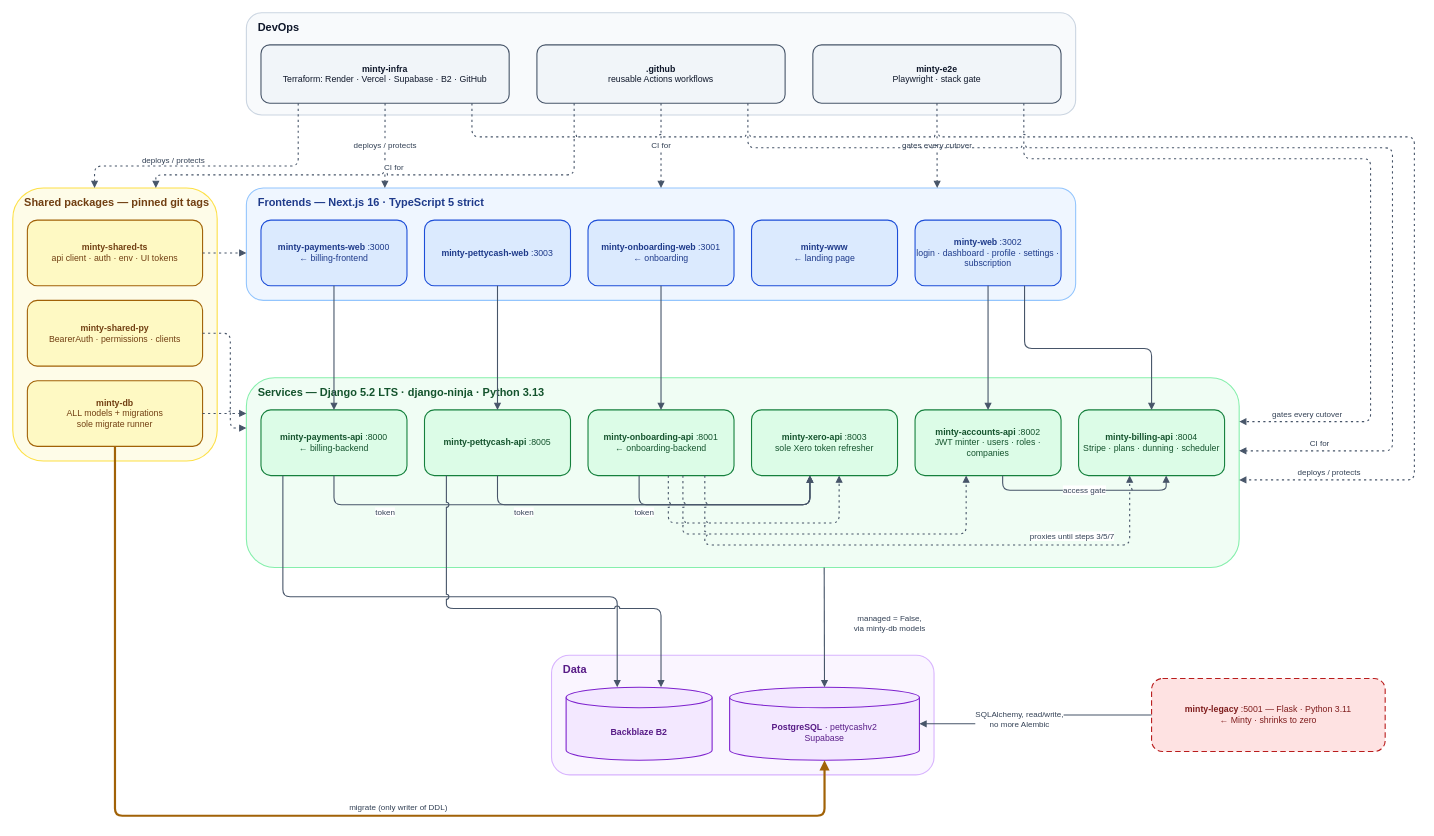
Above: docs/modernisation/architecture/minty-architecture.drawio in minty-oliveandvine/Minty (draw.io), before the change. Source tidied: cells renumbered, new cells numbered last; positions are measured from the earlier drawing's top-left corner, leaving out a move shared by most shapes. Both pictures are drawn from the tidied source at 73%, with x=0, y=0 at pixel (12, 12).
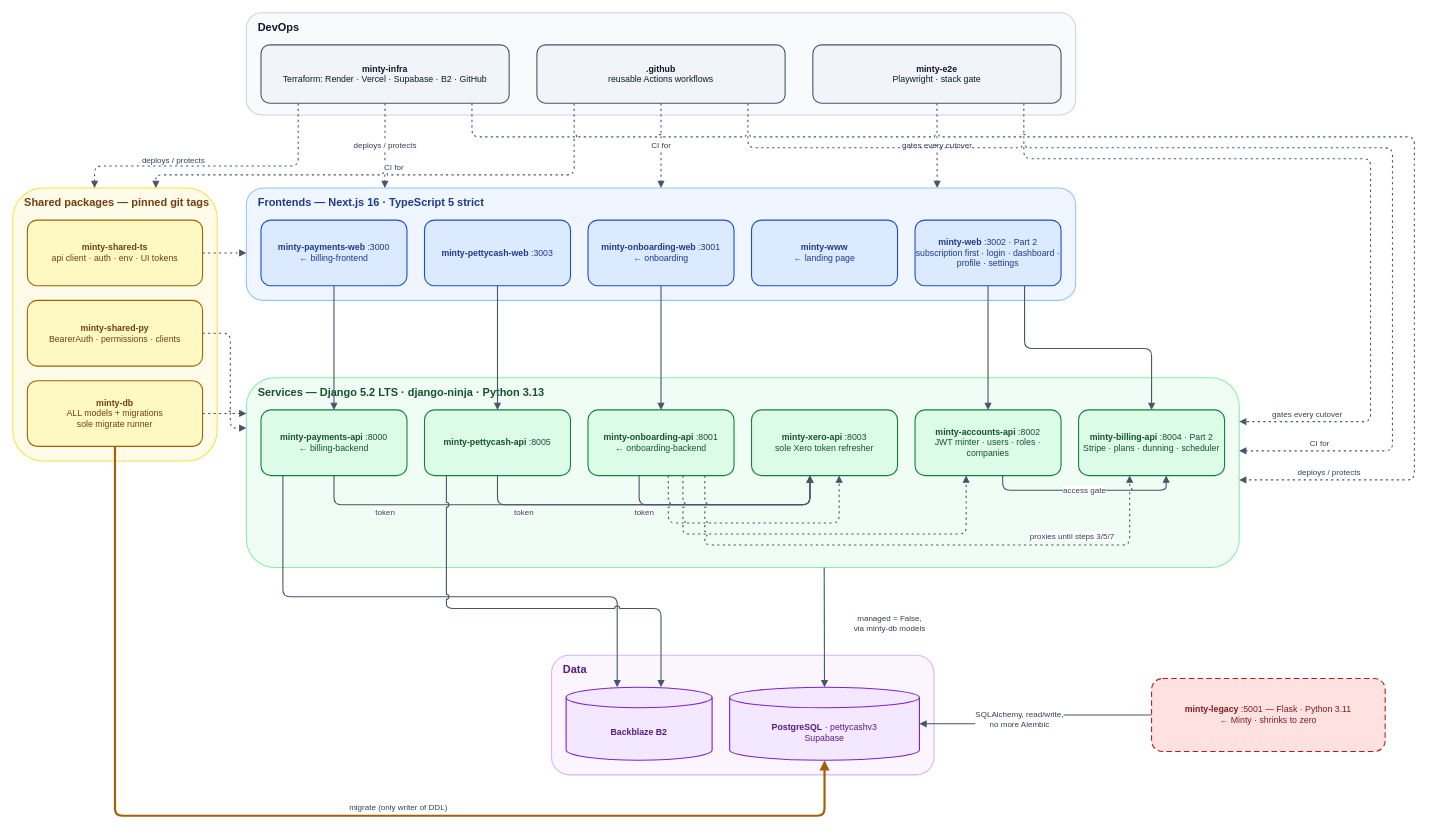
Above is the later version.

Unchanged cells that the change refers to:
```xml
<mxCell id="6" value="Frontends — Next.js 16 · TypeScript 5 strict" style="rounded=1;whiteSpace=wrap;html=1;verticalAlign=top;align=left;spacingLeft=14;spacingTop=4;fontStyle=1;fontSize=15;strokeWidth=1.5;fillColor=#eff6ff;strokeColor=#93c5fd;fontColor=#1e3a8a;" parent="1" vertex="1">
  <mxGeometry x="320" y="240" width="1136" height="154" as="geometry" />
</mxCell>
<mxCell id="12" value="Services — Django 5.2 LTS · django-ninja · Python 3.13" style="rounded=1;whiteSpace=wrap;html=1;verticalAlign=top;align=left;spacingLeft=14;spacingTop=4;fontStyle=1;fontSize=15;strokeWidth=1.5;fillColor=#f0fdf4;strokeColor=#86efac;fontColor=#14532d;" parent="1" vertex="1">
  <mxGeometry x="320" y="500" width="1360" height="260" as="geometry" />
</mxCell>
<mxCell id="23" value="Data" style="rounded=1;whiteSpace=wrap;html=1;verticalAlign=top;align=left;spacingLeft=14;spacingTop=4;fontStyle=1;fontSize=15;strokeWidth=1.5;fillColor=#faf5ff;strokeColor=#d8b4fe;fontColor=#581c87;" parent="1" vertex="1">
  <mxGeometry x="738" y="880" width="524" height="164" as="geometry" />
</mxCell>
```

The edit, as a diff of the source:
```diff
@@
-    <mxCell id="11" value="&lt;b&gt;minty-web&lt;/b&gt; :3002&lt;br&gt;login · dashboard · profile · settings · subscription" style="rounded=1;whiteSpace=wrap;html=1;fontSize=12;strokeWidth=1.5;fillColor=#dbeafe;strokeColor=#1d4ed8;fontColor=#1e3a8a;" parent="6" vertex="1">
+    <mxCell id="11" value="&lt;b&gt;minty-web&lt;/b&gt; :3002 · Part 2&lt;br&gt;subscription first · login · dashboard · profile · settings" style="rounded=1;whiteSpace=wrap;html=1;fontSize=12;strokeWidth=1.5;fillColor=#dbeafe;strokeColor=#1d4ed8;fontColor=#1e3a8a;" parent="6" vertex="1">
       <mxGeometry x="916" y="44" width="200" height="90" as="geometry" />
     </mxCell>
@@
-    <mxCell id="18" value="&lt;b&gt;minty-billing-api&lt;/b&gt; :8004&lt;br&gt;Stripe · plans · dunning · scheduler" style="rounded=1;whiteSpace=wrap;html=1;fontSize=12;strokeWidth=1.5;fillColor=#dcfce7;strokeColor=#15803d;fontColor=#14532d;" parent="12" vertex="1">
+    <mxCell id="18" value="&lt;b&gt;minty-billing-api&lt;/b&gt; :8004 · Part 2&lt;br&gt;Stripe · plans · dunning · scheduler" style="rounded=1;whiteSpace=wrap;html=1;fontSize=12;strokeWidth=1.5;fillColor=#dcfce7;strokeColor=#15803d;fontColor=#14532d;" parent="12" vertex="1">
       <mxGeometry x="1140" y="44" width="200" height="90" as="geometry" />
     </mxCell>
@@
-    <mxCell id="25" value="&lt;b&gt;PostgreSQL&lt;/b&gt; · pettycashv2&lt;br&gt;Supabase" style="shape=cylinder3;whiteSpace=wrap;html=1;boundedLbl=1;backgroundOutline=1;size=14;fontSize=12;strokeWidth=1.5;fillColor=#f3e8ff;strokeColor=#7e22ce;fontColor=#581c87;" parent="23" vertex="1">
+    <mxCell id="25" value="&lt;b&gt;PostgreSQL&lt;/b&gt; · pettycashv3&lt;br&gt;Supabase" style="shape=cylinder3;whiteSpace=wrap;html=1;boundedLbl=1;backgroundOutline=1;size=14;fontSize=12;strokeWidth=1.5;fillColor=#f3e8ff;strokeColor=#7e22ce;fontColor=#581c87;" parent="23" vertex="1">
       <mxGeometry x="244" y="44" width="260" height="100" as="geometry" />
     </mxCell>
```
